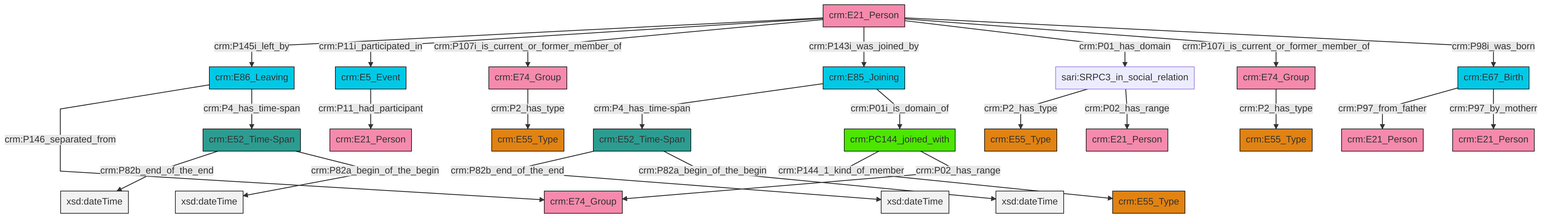
swiss-art-research-net/docs.swissartresearch keeps this Mermaid diagram as et/personCSV/ttl/mmd/png/Person_Actor_Relations.png. Above is the earlier version. Its source is kept beside it as et/personCSV/ttl/mmd/Person_Actor_Relations.ttl.mmd.
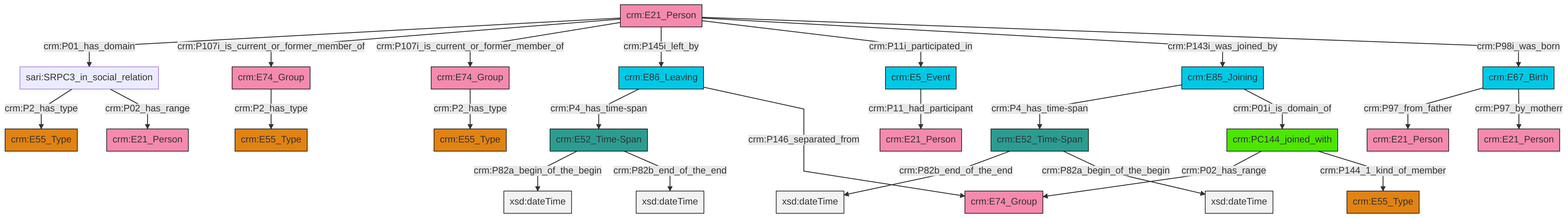
Later version of the same file.

Diff of the diagram source:
```diff
@@ -13,27 +13,27 @@
 classDef PC_Classes fill:#4ce600, stroke:#000000;
 classDef Multi fill:#cccccc,stroke:#000000;
 
-0["crm:E21_Person"]:::Actor -->|crm:P145i_left_by| 1["crm:E86_Leaving"]:::Temporal_Entity
-6["crm:E52_Time-Span"]:::Time-Span -->|crm:P82b_end_of_the_end| 7[xsd:dateTime]:::Literal
-0["crm:E21_Person"]:::Actor -->|crm:P11i_participated_in| 8["crm:E5_Event"]:::Temporal_Entity
-15["crm:E74_Group"]:::Actor -->|crm:P2_has_type| 16["crm:E55_Type"]:::Type
-19["sari:SRPC3_in_social_relation"]:::Default -->|crm:P2_has_type| 20["crm:E55_Type"]:::Type
-1["crm:E86_Leaving"]:::Temporal_Entity -->|crm:P146_separated_from| 4["crm:E74_Group"]:::Actor
-12["crm:E67_Birth"]:::Temporal_Entity -->|crm:P97_from_father| 21["crm:E21_Person"]:::Actor
-10["crm:E85_Joining"]:::Temporal_Entity -->|crm:P4_has_time-span| 6["crm:E52_Time-Span"]:::Time-Span
-24["crm:PC144_joined_with"]:::PC_Classes -->|crm:P144_1_kind_of_member| 25["crm:E55_Type"]:::Type
-0["crm:E21_Person"]:::Actor -->|crm:P107i_is_current_or_former_member_of| 22["crm:E74_Group"]:::Actor
-10["crm:E85_Joining"]:::Temporal_Entity -->|crm:P01i_is_domain_of| 24["crm:PC144_joined_with"]:::PC_Classes
-0["crm:E21_Person"]:::Actor -->|crm:P143i_was_joined_by| 10["crm:E85_Joining"]:::Temporal_Entity
-2["crm:E52_Time-Span"]:::Time-Span -->|crm:P82b_end_of_the_end| 27[xsd:dateTime]:::Literal
-24["crm:PC144_joined_with"]:::PC_Classes -->|crm:P02_has_range| 4["crm:E74_Group"]:::Actor
-0["crm:E21_Person"]:::Actor -->|crm:P01_has_domain| 19["sari:SRPC3_in_social_relation"]:::Default
-6["crm:E52_Time-Span"]:::Time-Span -->|crm:P82a_begin_of_the_begin| 30[xsd:dateTime]:::Literal
-0["crm:E21_Person"]:::Actor -->|crm:P107i_is_current_or_former_member_of| 15["crm:E74_Group"]:::Actor
-0["crm:E21_Person"]:::Actor -->|crm:P98i_was_born| 12["crm:E67_Birth"]:::Temporal_Entity
-12["crm:E67_Birth"]:::Temporal_Entity -->|crm:P97_by_motherr| 31["crm:E21_Person"]:::Actor
-19["sari:SRPC3_in_social_relation"]:::Default -->|crm:P02_has_range| 17["crm:E21_Person"]:::Actor
-1["crm:E86_Leaving"]:::Temporal_Entity -->|crm:P4_has_time-span| 2["crm:E52_Time-Span"]:::Time-Span
-2["crm:E52_Time-Span"]:::Time-Span -->|crm:P82a_begin_of_the_begin| 43[xsd:dateTime]:::Literal
-8["crm:E5_Event"]:::Temporal_Entity -->|crm:P11_had_participant| 38["crm:E21_Person"]:::Actor
-22["crm:E74_Group"]:::Actor -->|crm:P2_has_type| 36["crm:E55_Type"]:::Type
+0["crm:E21_Person"]:::Actor -->|crm:P01_has_domain| 1["sari:SRPC3_in_social_relation"]:::Default
+0["crm:E21_Person"]:::Actor -->|crm:P107i_is_current_or_former_member_of| 8["crm:E74_Group"]:::Actor
+9["crm:E86_Leaving"]:::Temporal_Entity -->|crm:P4_has_time-span| 10["crm:E52_Time-Span"]:::Time-Span
+0["crm:E21_Person"]:::Actor -->|crm:P107i_is_current_or_former_member_of| 11["crm:E74_Group"]:::Actor
+15["crm:E67_Birth"]:::Temporal_Entity -->|crm:P97_from_father| 2["crm:E21_Person"]:::Actor
+10["crm:E52_Time-Span"]:::Time-Span -->|crm:P82a_begin_of_the_begin| 16[xsd:dateTime]:::Literal
+11["crm:E74_Group"]:::Actor -->|crm:P2_has_type| 17["crm:E55_Type"]:::Type
+1["sari:SRPC3_in_social_relation"]:::Default -->|crm:P2_has_type| 18["crm:E55_Type"]:::Type
+8["crm:E74_Group"]:::Actor -->|crm:P2_has_type| 4["crm:E55_Type"]:::Type
+0["crm:E21_Person"]:::Actor -->|crm:P145i_left_by| 9["crm:E86_Leaving"]:::Temporal_Entity
+24["crm:E52_Time-Span"]:::Time-Span -->|crm:P82b_end_of_the_end| 25[xsd:dateTime]:::Literal
+0["crm:E21_Person"]:::Actor -->|crm:P11i_participated_in| 12["crm:E5_Event"]:::Temporal_Entity
+19["crm:PC144_joined_with"]:::PC_Classes -->|crm:P02_has_range| 28["crm:E74_Group"]:::Actor
+0["crm:E21_Person"]:::Actor -->|crm:P143i_was_joined_by| 6["crm:E85_Joining"]:::Temporal_Entity
+19["crm:PC144_joined_with"]:::PC_Classes -->|crm:P144_1_kind_of_member| 26["crm:E55_Type"]:::Type
+12["crm:E5_Event"]:::Temporal_Entity -->|crm:P11_had_participant| 32["crm:E21_Person"]:::Actor
+6["crm:E85_Joining"]:::Temporal_Entity -->|crm:P4_has_time-span| 24["crm:E52_Time-Span"]:::Time-Span
+10["crm:E52_Time-Span"]:::Time-Span -->|crm:P82b_end_of_the_end| 38[xsd:dateTime]:::Literal
+1["sari:SRPC3_in_social_relation"]:::Default -->|crm:P02_has_range| 39["crm:E21_Person"]:::Actor
+0["crm:E21_Person"]:::Actor -->|crm:P98i_was_born| 15["crm:E67_Birth"]:::Temporal_Entity
+24["crm:E52_Time-Span"]:::Time-Span -->|crm:P82a_begin_of_the_begin| 41[xsd:dateTime]:::Literal
+6["crm:E85_Joining"]:::Temporal_Entity -->|crm:P01i_is_domain_of| 19["crm:PC144_joined_with"]:::PC_Classes
+15["crm:E67_Birth"]:::Temporal_Entity -->|crm:P97_by_motherr| 36["crm:E21_Person"]:::Actor
+9["crm:E86_Leaving"]:::Temporal_Entity -->|crm:P146_separated_from| 28["crm:E74_Group"]:::Actor
```
